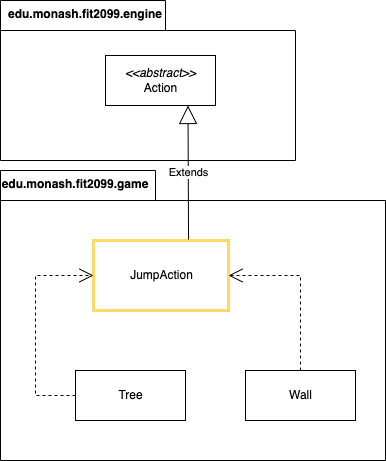
Before: design-docs/REQ2_classdiagram.png, a diagram exported from draw.io (syedzubinhafiz/supermario). Source tidied: cells renumbered, new cells last; positions are measured from the earlier drawing's top-left corner, leaving out a move shared by most shapes.
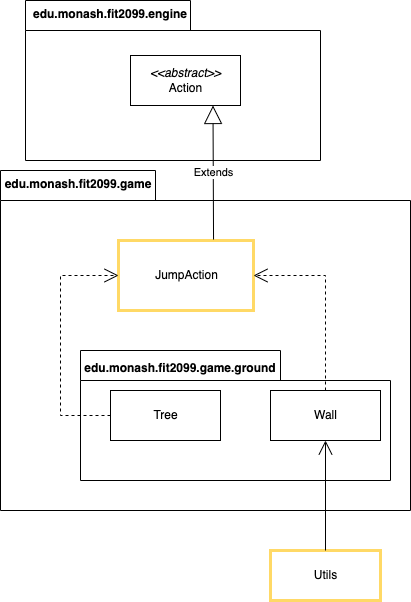
The same diagram one commit later.

Commit message:
umls for req1 and 2 done

Diff of the diagram source:
```diff
@@ -3,7 +3,7 @@
     <mxCell id="0" />
     <mxCell id="1" parent="0" />
     <mxCell id="2" style="shape=folder;fontStyle=1;spacingTop=10;tabWidth=155;tabHeight=30;tabPosition=left;html=1;" parent="1" vertex="1">
-      <mxGeometry y="170" width="385" height="290" as="geometry" />
+      <mxGeometry x="-25" y="170" width="410" height="340" as="geometry" />
     </mxCell>
     <mxCell id="3" value="JumpAction" style="html=1;strokeWidth=3;strokeColor=#FFD966;" parent="1" vertex="1">
       <mxGeometry x="93" y="240" width="135" height="70" as="geometry" />
@@ -15,7 +15,7 @@
       <mxGeometry x="105" y="55" width="110" height="50" as="geometry" />
     </mxCell>
     <mxCell id="6" value="edu.monash.fit2099.game" style="text;align=center;fontStyle=1;verticalAlign=middle;spacingLeft=3;spacingRight=3;strokeColor=none;" parent="1" vertex="1">
-      <mxGeometry x="35" y="170" width="80" height="26" as="geometry" />
+      <mxGeometry x="13" y="170" width="80" height="26" as="geometry" />
     </mxCell>
     <mxCell id="7" value="Extends" style="endArrow=block;endSize=16;endFill=0;html=1;rounded=0;entryX=0.75;entryY=1;entryDx=0;entryDy=0;exitX=0.704;exitY=-0.014;exitDx=0;exitDy=0;exitPerimeter=0;" parent="1" edge="1" source="3" target="5">
       <mxGeometry relative="1" as="geometry" />
@@ -23,12 +23,26 @@
     <mxCell id="8" value="edu.monash.fit2099.engine" style="text;align=center;fontStyle=1;verticalAlign=middle;spacingLeft=3;spacingRight=3;strokeColor=none;" parent="1" vertex="1">
       <mxGeometry x="45" width="80" height="26" as="geometry" />
     </mxCell>
+    <mxCell id="13" value="Utils" style="html=1;strokeWidth=3;strokeColor=#FFD966;" parent="1" vertex="1">
+      <mxGeometry x="245" y="550" width="110" height="50" as="geometry" />
+    </mxCell>
+    <mxCell id="14" style="shape=folder;fontStyle=1;spacingTop=10;tabWidth=200;tabHeight=30;tabPosition=left;html=1;strokeColor=#000000;strokeWidth=1;" parent="1" vertex="1">
+      <mxGeometry x="55" y="350" width="310" height="130" as="geometry" />
+    </mxCell>
     <mxCell id="9" value="Tree" style="html=1;strokeColor=#000000;strokeWidth=1;" parent="1" vertex="1">
-      <mxGeometry x="75" y="370" width="110" height="50" as="geometry" />
+      <mxGeometry x="85" y="390" width="110" height="50" as="geometry" />
     </mxCell>
     <mxCell id="10" value="Wall" style="html=1;strokeColor=#000000;strokeWidth=1;" parent="1" vertex="1">
-      <mxGeometry x="245" y="370" width="110" height="50" as="geometry" />
+      <mxGeometry x="245" y="390" width="110" height="50" as="geometry" />
     </mxCell>
+    <mxCell id="12" style="endArrow=open;endSize=12;dashed=1;html=1;rounded=0;exitX=0;exitY=0.5;exitDx=0;exitDy=0;entryX=0;entryY=0.5;entryDx=0;entryDy=0;" parent="1" edge="1" source="9" target="3">
+      <mxGeometry relative="1" as="geometry">
+        <Array as="points">
+          <mxPoint x="35" y="415" />
+          <mxPoint x="35" y="275" />
+        </Array>
+      </mxGeometry>
+    </mxCell>
     <mxCell id="11" style="endArrow=open;endSize=12;dashed=1;html=1;rounded=0;entryX=1;entryY=0.5;entryDx=0;entryDy=0;exitX=0.5;exitY=0;exitDx=0;exitDy=0;" parent="1" edge="1" source="10" target="3">
       <mxGeometry relative="1" as="geometry">
         <Array as="points">
@@ -36,13 +50,11 @@
         </Array>
       </mxGeometry>
     </mxCell>
-    <mxCell id="12" style="endArrow=open;endSize=12;dashed=1;html=1;rounded=0;exitX=0;exitY=0.5;exitDx=0;exitDy=0;entryX=0;entryY=0.5;entryDx=0;entryDy=0;" parent="1" edge="1" source="9" target="3">
-      <mxGeometry relative="1" as="geometry">
-        <Array as="points">
-          <mxPoint x="35" y="395" />
-          <mxPoint x="35" y="275" />
-        </Array>
-      </mxGeometry>
-    </mxCell>
+    <mxCell id="15" style="endArrow=open;endFill=1;endSize=12;html=1;rounded=0;exitX=0.5;exitY=0;exitDx=0;exitDy=0;entryX=0.5;entryY=1;entryDx=0;entryDy=0;" parent="1" edge="1" source="13" target="10">
+      <mxGeometry relative="1" as="geometry" />
+    </mxCell>
+    <mxCell id="16" value="edu.monash.fit2099.game.ground" style="text;align=center;fontStyle=1;verticalAlign=middle;spacingLeft=3;spacingRight=3;strokeColor=none;" parent="1" vertex="1">
+      <mxGeometry x="115" y="354" width="80" height="26" as="geometry" />
+    </mxCell>
   </root>
 </mxGraphModel>
```
